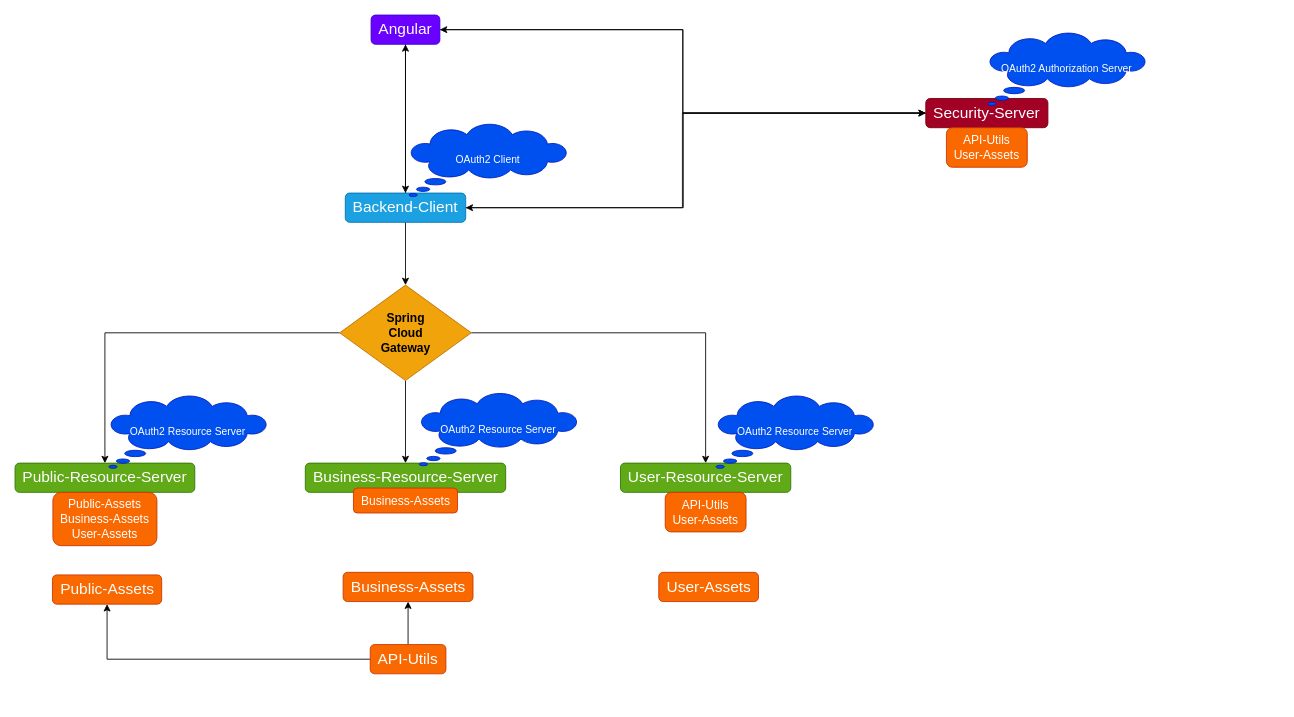
Claudius10/pizzeria-fabulosa keeps this draw.io diagram as pizzeria.drawio. Above is the earlier version. Source tidied: cells renumbered, new cells numbered last; positions are measured from the earlier drawing's top-left corner, leaving out a move shared by most shapes. Both pictures are drawn from the tidied source at 86%, with x=0, y=0 at pixel (15, 15).
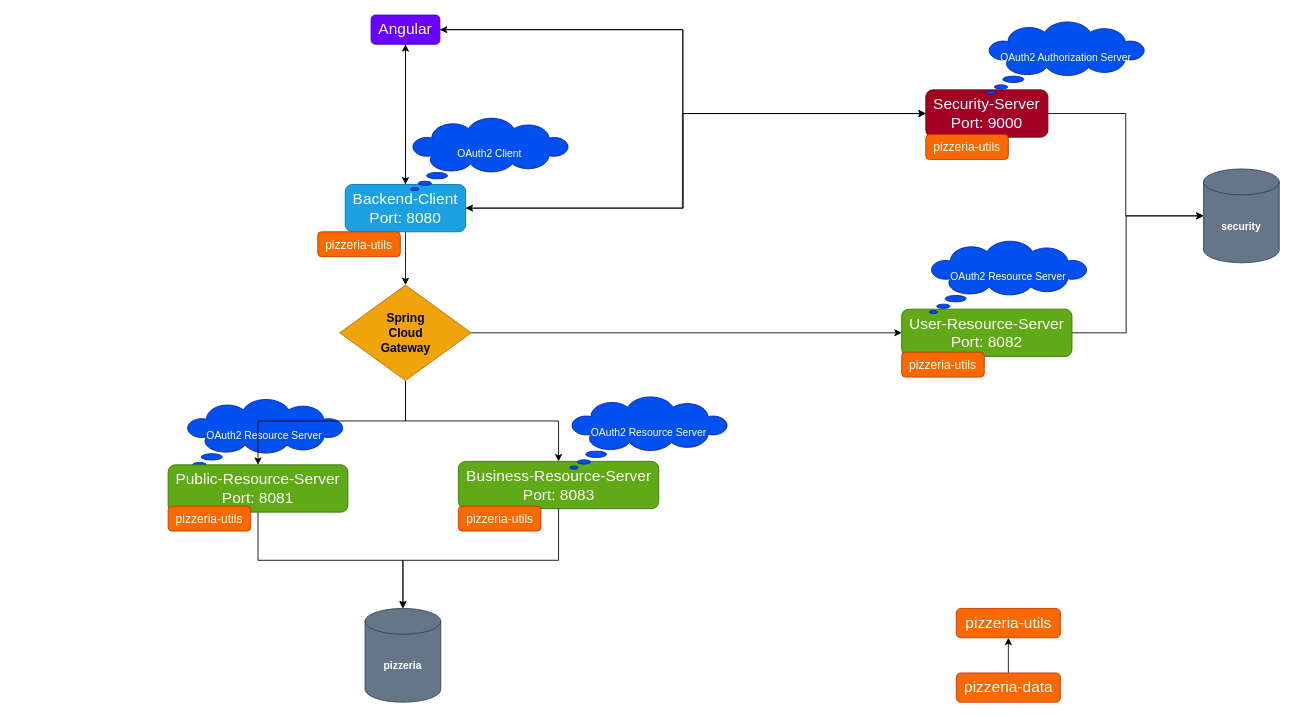
The same page after the edit.

The change refers to these unchanged cells:
```xml
<mxCell id="24" value="&lt;font style=&quot;font-size: 14px;&quot;&gt;&lt;b style=&quot;&quot;&gt;Spring &lt;br&gt;Cloud &lt;br&gt;Gateway&lt;/b&gt;&lt;/font&gt;" style="rhombus;whiteSpace=wrap;html=1;fillColor=#f0a30a;fontColor=#000000;strokeColor=#BD7000;" parent="1" vertex="1">
  <mxGeometry x="377.5" y="314" width="153" height="111" as="geometry" />
</mxCell>
```

What changed in the source:
```diff
@@
+    <mxCell id="31" value="OAuth2 Resource Server" style="whiteSpace=wrap;html=1;shape=mxgraph.basic.cloud_callout;fillColor=#0050ef;fontColor=#ffffff;strokeColor=#001DBC;" parent="1" vertex="1">
+      <mxGeometry x="198" y="447" width="184" height="84" as="geometry" />
+    </mxCell>
-    <mxCell id="2" value="&lt;span style=&quot;font-size: 18px;&quot;&gt;Business-Resource-Server&lt;/span&gt;" style="rounded=1;whiteSpace=wrap;html=1;fillColor=#60a917;fontColor=#ffffff;strokeColor=#2D7600;" parent="1" vertex="1">
-      <mxGeometry x="337.5" y="521" width="233" height="34" as="geometry" />
+    <mxCell id="2" value="&lt;span style=&quot;font-size: 18px;&quot;&gt;Business-Resource-Server&lt;br&gt;Port: 8083&lt;/span&gt;" style="rounded=1;whiteSpace=wrap;html=1;fillColor=#60a917;fontColor=#ffffff;strokeColor=#2D7600;" parent="1" vertex="1">
+      <mxGeometry x="515.5" y="519" width="233" height="55" as="geometry" />
     </mxCell>
-    <mxCell id="3" value="&lt;font style=&quot;font-size: 18px;&quot;&gt;User-Resource-Server&lt;br&gt;&lt;/font&gt;" style="rounded=1;whiteSpace=wrap;html=1;fillColor=#60a917;fontColor=#ffffff;strokeColor=#2D7600;" parent="1" vertex="1">
-      <mxGeometry x="704" y="521" width="198" height="34" as="geometry" />
+    <mxCell id="3" value="&lt;font style=&quot;font-size: 18px;&quot;&gt;User-Resource-Server&lt;br&gt;Port: 8082&lt;/font&gt;" style="rounded=1;whiteSpace=wrap;html=1;fillColor=#60a917;fontColor=#ffffff;strokeColor=#2D7600;" parent="1" vertex="1">
+      <mxGeometry x="1031" y="342" width="198" height="55" as="geometry" />
     </mxCell>
+    <mxCell id="34" style="edgeStyle=orthogonalEdgeStyle;rounded=0;jettySize=auto;html=1;exitX=0.5;exitY=1;exitDx=0;exitDy=0;" parent="1" edge="1" source="4" target="38">
+      <mxGeometry relative="1" as="geometry" />
+    </mxCell>
-    <mxCell id="4" value="&lt;font style=&quot;font-size: 18px;&quot;&gt;Public-Resource-Server&lt;br&gt;&lt;/font&gt;" style="rounded=1;whiteSpace=wrap;html=1;fillColor=#60a917;fontColor=#ffffff;strokeColor=#2D7600;" parent="1" vertex="1">
-      <mxGeometry y="521" width="209" height="34" as="geometry" />
+    <mxCell id="4" value="&lt;font style=&quot;font-size: 18px;&quot;&gt;Public-Resource-Server&lt;br&gt;Port: 8081&lt;/font&gt;" style="rounded=1;whiteSpace=wrap;html=1;fillColor=#60a917;fontColor=#ffffff;strokeColor=#2D7600;" parent="1" vertex="1">
+      <mxGeometry x="178" y="523" width="209" height="55" as="geometry" />
     </mxCell>
@@
-    <mxCell id="8" value="&lt;span style=&quot;font-size: 18px;&quot;&gt;Backend-Client&lt;/span&gt;" style="rounded=1;whiteSpace=wrap;html=1;fillColor=#1ba1e2;fontColor=#ffffff;strokeColor=#006EAF;" parent="1" vertex="1">
-      <mxGeometry x="384" y="207" width="140" height="34" as="geometry" />
+    <mxCell id="8" value="&lt;span style=&quot;font-size: 18px;&quot;&gt;Backend-Client&lt;br&gt;Port: 8080&lt;/span&gt;" style="rounded=1;whiteSpace=wrap;html=1;fillColor=#1ba1e2;fontColor=#ffffff;strokeColor=#006EAF;" parent="1" vertex="1">
+      <mxGeometry x="384" y="197" width="140" height="55" as="geometry" />
     </mxCell>
@@
-    <mxCell id="11" value="&lt;span style=&quot;font-size: 18px;&quot;&gt;Security-Server&lt;/span&gt;" style="rounded=1;whiteSpace=wrap;html=1;fillColor=#a20025;fontColor=#ffffff;strokeColor=#6F0000;" parent="1" vertex="1">
-      <mxGeometry x="1059" y="97" width="142" height="34" as="geometry" />
+    <mxCell id="11" value="&lt;span style=&quot;font-size: 18px;&quot;&gt;Security-Server&lt;br&gt;Port: 9000&lt;/span&gt;" style="rounded=1;whiteSpace=wrap;html=1;fillColor=#a20025;fontColor=#ffffff;strokeColor=#6F0000;" parent="1" vertex="1">
+      <mxGeometry x="1059" y="87" width="142" height="55" as="geometry" />
     </mxCell>
-    <mxCell id="12" style="edgeStyle=orthogonalEdgeStyle;rounded=0;jettySize=auto;html=1;entryX=0.5;entryY=1;entryDx=0;entryDy=0;" parent="1" edge="1" source="14" target="17">
-      <mxGeometry relative="1" as="geometry" />
-    </mxCell>
-    <mxCell id="13" style="edgeStyle=orthogonalEdgeStyle;rounded=0;jettySize=auto;html=1;entryX=0.5;entryY=1;entryDx=0;entryDy=0;" parent="1" edge="1" source="14" target="15">
-      <mxGeometry relative="1" as="geometry" />
-    </mxCell>
-    <mxCell id="14" value="&lt;font style=&quot;font-size: 18px;&quot;&gt;&lt;font style=&quot;color: rgb(255, 255, 255);&quot;&gt;API-Utils&lt;/font&gt;&lt;br&gt;&lt;/font&gt;" style="rounded=1;whiteSpace=wrap;html=1;fillColor=#fa6800;fontColor=#000000;strokeColor=#C73500;" parent="1" vertex="1">
-      <mxGeometry x="413" y="732" width="88" height="34" as="geometry" />
-    </mxCell>
-    <mxCell id="15" value="&lt;font style=&quot;font-size: 18px;&quot;&gt;&lt;font style=&quot;color: rgb(255, 255, 255);&quot;&gt;Business-Assets&lt;/font&gt;&lt;br&gt;&lt;/font&gt;" style="rounded=1;whiteSpace=wrap;html=1;fillColor=#fa6800;fontColor=#000000;strokeColor=#C73500;" parent="1" vertex="1">
-      <mxGeometry x="381.5" y="648" width="151" height="34" as="geometry" />
-    </mxCell>
-    <mxCell id="16" value="&lt;font style=&quot;font-size: 18px;&quot;&gt;&lt;font style=&quot;color: rgb(255, 255, 255);&quot;&gt;User-Assets&lt;/font&gt;&lt;br&gt;&lt;/font&gt;" style="rounded=1;whiteSpace=wrap;html=1;fillColor=#fa6800;fontColor=#000000;strokeColor=#C73500;" parent="1" vertex="1">
-      <mxGeometry x="748.5" y="648" width="116" height="34" as="geometry" />
-    </mxCell>
-    <mxCell id="17" value="&lt;font style=&quot;font-size: 18px; color: rgb(251, 251, 251);&quot;&gt;Public-Assets&lt;/font&gt;" style="rounded=1;whiteSpace=wrap;html=1;fillColor=#fa6800;fontColor=#000000;strokeColor=#C73500;" parent="1" vertex="1">
-      <mxGeometry x="43.5" y="651" width="127" height="34" as="geometry" />
-    </mxCell>
-    <mxCell id="18" value="&lt;font style=&quot;font-size: 14px; color: rgb(255, 255, 255);&quot;&gt;Public-Assets&lt;br&gt;Business-Assets&lt;br&gt;User-Assets&lt;/font&gt;" style="rounded=1;whiteSpace=wrap;html=1;fillColor=#fa6800;fontColor=#000000;strokeColor=#C73500;" parent="1" vertex="1">
-      <mxGeometry x="44" y="555" width="121" height="62" as="geometry" />
+    <mxCell id="18" value="&lt;font style=&quot;font-size: 14px; color: rgb(255, 255, 255);&quot;&gt;pizzeria-utils&lt;/font&gt;" style="rounded=1;whiteSpace=wrap;html=1;fillColor=#fa6800;fontColor=#000000;strokeColor=#C73500;" parent="1" vertex="1">
+      <mxGeometry x="178" y="571" width="96" height="29" as="geometry" />
     </mxCell>
-    <mxCell id="19" value="&lt;font color=&quot;#ffffff&quot;&gt;&lt;span style=&quot;font-size: 14px;&quot;&gt;Business-Assets&lt;/span&gt;&lt;/font&gt;" style="rounded=1;whiteSpace=wrap;html=1;fillColor=#fa6800;fontColor=#000000;strokeColor=#C73500;" parent="1" vertex="1">
-      <mxGeometry x="393.5" y="550" width="121" height="29" as="geometry" />
-    </mxCell>
-    <mxCell id="20" value="&lt;font style=&quot;font-size: 14px; color: rgb(255, 255, 255);&quot;&gt;API-Utils&lt;br&gt;User-Assets&lt;/font&gt;" style="rounded=1;whiteSpace=wrap;html=1;fillColor=#fa6800;fontColor=#000000;strokeColor=#C73500;" parent="1" vertex="1">
-      <mxGeometry x="756" y="555" width="94" height="46" as="geometry" />
-    </mxCell>
+    <mxCell id="22" style="edgeStyle=orthogonalEdgeStyle;rounded=0;jettySize=auto;html=1;" parent="1" edge="1" source="24" target="3">
+      <mxGeometry relative="1" as="geometry" />
+    </mxCell>
-    <mxCell id="21" style="edgeStyle=orthogonalEdgeStyle;rounded=0;jettySize=auto;html=1;" parent="1" edge="1" source="24" target="4">
-      <mxGeometry relative="1" as="geometry" />
+    <mxCell id="21" style="edgeStyle=orthogonalEdgeStyle;rounded=0;jettySize=auto;html=1;entryX=0.5;entryY=0;entryDx=0;entryDy=0;" parent="1" edge="1" source="24" target="4">
+      <mxGeometry relative="1" as="geometry">
+        <Array as="points">
+          <mxPoint x="454" y="472" />
+          <mxPoint x="283" y="472" />
+        </Array>
+      </mxGeometry>
     </mxCell>
-    <mxCell id="22" style="edgeStyle=orthogonalEdgeStyle;rounded=0;jettySize=auto;html=1;" parent="1" edge="1" source="24" target="3">
-      <mxGeometry relative="1" as="geometry" />
-    </mxCell>
@@
-    <mxCell id="28" value="&lt;font style=&quot;font-size: 14px; color: rgb(255, 255, 255);&quot;&gt;API-Utils&lt;br&gt;User-Assets&lt;/font&gt;" style="rounded=1;whiteSpace=wrap;html=1;fillColor=#fa6800;fontColor=#000000;strokeColor=#C73500;" parent="1" vertex="1">
-      <mxGeometry x="1083" y="131" width="94" height="46" as="geometry" />
-    </mxCell>
     <mxCell id="29" value="OAuth2 Resource Server" style="whiteSpace=wrap;html=1;shape=mxgraph.basic.cloud_callout;fillColor=#0050ef;fontColor=#ffffff;strokeColor=#001DBC;" parent="1" vertex="1">
-      <mxGeometry x="815" y="443" width="184" height="84" as="geometry" />
+      <mxGeometry x="1063" y="263" width="184" height="84" as="geometry" />
     </mxCell>
     <mxCell id="30" value="OAuth2 Resource Server" style="whiteSpace=wrap;html=1;shape=mxgraph.basic.cloud_callout;fillColor=#0050ef;fontColor=#ffffff;strokeColor=#001DBC;" parent="1" vertex="1">
-      <mxGeometry x="470" y="440" width="184" height="84" as="geometry" />
+      <mxGeometry x="645" y="444" width="184" height="84" as="geometry" />
     </mxCell>
-    <mxCell id="31" value="OAuth2 Resource Server" style="whiteSpace=wrap;html=1;shape=mxgraph.basic.cloud_callout;fillColor=#0050ef;fontColor=#ffffff;strokeColor=#001DBC;" parent="1" vertex="1">
-      <mxGeometry x="109" y="443" width="184" height="84" as="geometry" />
-    </mxCell>
     <mxCell id="32" value="OAuth2 Client" style="whiteSpace=wrap;html=1;shape=mxgraph.basic.cloud_callout;fillColor=#0050ef;fontColor=#ffffff;strokeColor=#001DBC;" parent="1" vertex="1">
-      <mxGeometry x="458" y="127" width="184" height="84" as="geometry" />
+      <mxGeometry x="460" y="120" width="184" height="84" as="geometry" />
     </mxCell>
     <mxCell id="33" value="OAuth2 Authorization Server" style="whiteSpace=wrap;html=1;shape=mxgraph.basic.cloud_callout;fillColor=#0050ef;fontColor=#ffffff;strokeColor=#001DBC;" parent="1" vertex="1">
-      <mxGeometry x="1131" y="21" width="184" height="84" as="geometry" />
+      <mxGeometry x="1130" y="8" width="184" height="84" as="geometry" />
     </mxCell>
+    <mxCell id="35" value="&lt;b&gt;security&lt;/b&gt;" style="shape=cylinder3;whiteSpace=wrap;html=1;boundedLbl=1;backgroundOutline=1;size=15;fillColor=#647687;fontColor=#ffffff;strokeColor=#314354;" parent="1" vertex="1">
+      <mxGeometry x="1382" y="179" width="88" height="109" as="geometry" />
+    </mxCell>
+    <mxCell id="36" style="edgeStyle=orthogonalEdgeStyle;rounded=0;jettySize=auto;html=1;entryX=0;entryY=0.5;entryDx=0;entryDy=0;entryPerimeter=0;" parent="1" edge="1" source="11" target="35">
+      <mxGeometry relative="1" as="geometry" />
+    </mxCell>
+    <mxCell id="37" style="edgeStyle=orthogonalEdgeStyle;rounded=0;jettySize=auto;html=1;entryX=0;entryY=0.5;entryDx=0;entryDy=0;entryPerimeter=0;" parent="1" edge="1" source="3" target="35">
+      <mxGeometry relative="1" as="geometry">
+        <Array as="points">
+          <mxPoint x="1292" y="370" />
+          <mxPoint x="1292" y="234" />
+        </Array>
+      </mxGeometry>
+    </mxCell>
+    <mxCell id="38" value="&lt;b&gt;pizzeria&lt;/b&gt;" style="shape=cylinder3;whiteSpace=wrap;html=1;boundedLbl=1;backgroundOutline=1;size=15;fillColor=#647687;fontColor=#ffffff;strokeColor=#314354;" parent="1" vertex="1">
+      <mxGeometry x="407" y="690" width="88" height="109" as="geometry" />
+    </mxCell>
+    <mxCell id="39" style="edgeStyle=orthogonalEdgeStyle;rounded=0;jettySize=auto;html=1;entryX=0.5;entryY=0;entryDx=0;entryDy=0;entryPerimeter=0;exitX=0.5;exitY=1;exitDx=0;exitDy=0;" parent="1" edge="1" source="2" target="38">
+      <mxGeometry relative="1" as="geometry">
+        <Array as="points">
+          <mxPoint x="632" y="634" />
+          <mxPoint x="451" y="634" />
+        </Array>
+      </mxGeometry>
+    </mxCell>
+    <mxCell id="40" style="edgeStyle=orthogonalEdgeStyle;rounded=0;jettySize=auto;html=1;entryX=0.5;entryY=1;entryDx=0;entryDy=0;" parent="1" edge="1" source="41" target="42">
+      <mxGeometry relative="1" as="geometry" />
+    </mxCell>
+    <mxCell id="41" value="&lt;font style=&quot;font-size: 18px;&quot;&gt;&lt;font style=&quot;color: rgb(255, 255, 255);&quot;&gt;pizzeria-data&lt;/font&gt;&lt;br&gt;&lt;/font&gt;" style="rounded=1;whiteSpace=wrap;html=1;fillColor=#fa6800;fontColor=#000000;strokeColor=#C73500;" parent="1" vertex="1">
+      <mxGeometry x="1094.5" y="765" width="121" height="34" as="geometry" />
+    </mxCell>
+    <mxCell id="42" value="&lt;font style=&quot;font-size: 18px;&quot;&gt;&lt;font style=&quot;color: rgb(255, 255, 255);&quot;&gt;pizzeria-utils&lt;/font&gt;&lt;br&gt;&lt;/font&gt;" style="rounded=1;whiteSpace=wrap;html=1;fillColor=#fa6800;fontColor=#000000;strokeColor=#C73500;" parent="1" vertex="1">
+      <mxGeometry x="1094.5" y="690" width="121" height="34" as="geometry" />
+    </mxCell>
+    <mxCell id="43" value="&lt;font style=&quot;font-size: 14px; color: rgb(255, 255, 255);&quot;&gt;pizzeria-utils&lt;/font&gt;" style="rounded=1;whiteSpace=wrap;html=1;fillColor=#fa6800;fontColor=#000000;strokeColor=#C73500;" parent="1" vertex="1">
+      <mxGeometry x="515.5" y="571" width="96" height="29" as="geometry" />
+    </mxCell>
+    <mxCell id="44" value="&lt;font style=&quot;font-size: 14px; color: rgb(255, 255, 255);&quot;&gt;pizzeria-utils&lt;/font&gt;" style="rounded=1;whiteSpace=wrap;html=1;fillColor=#fa6800;fontColor=#000000;strokeColor=#C73500;" parent="1" vertex="1">
+      <mxGeometry x="1031" y="392" width="96" height="29" as="geometry" />
+    </mxCell>
+    <mxCell id="45" value="&lt;font style=&quot;font-size: 14px; color: rgb(255, 255, 255);&quot;&gt;pizzeria-utils&lt;/font&gt;" style="rounded=1;whiteSpace=wrap;html=1;fillColor=#fa6800;fontColor=#000000;strokeColor=#C73500;" parent="1" vertex="1">
+      <mxGeometry x="1059" y="139" width="96" height="29" as="geometry" />
+    </mxCell>
+    <mxCell id="46" value="&lt;font style=&quot;font-size: 14px; color: rgb(255, 255, 255);&quot;&gt;pizzeria-utils&lt;/font&gt;" style="rounded=1;whiteSpace=wrap;html=1;fillColor=#fa6800;fontColor=#000000;strokeColor=#C73500;" parent="1" vertex="1">
+      <mxGeometry x="352" y="252" width="96" height="29" as="geometry" />
+    </mxCell>
```
